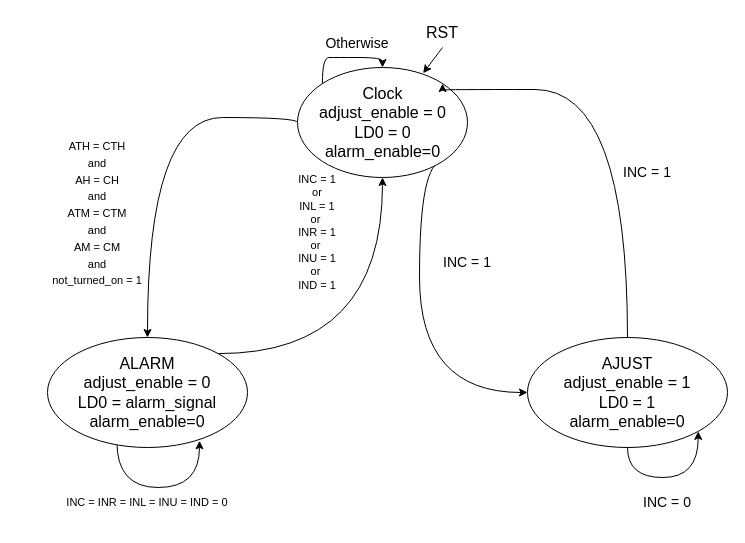
MagdElDinAhmed/DD1-Project2 keeps this draw.io diagram as page "FSM- Main Circuit" (5 of 7) of Block Diagram.drawio. Above is the earlier version. Source tidied: cells renumbered, new cells numbered last; positions are measured from the earlier drawing's top-left corner, leaving out a move shared by most shapes. Both pictures are drawn from the tidied source at 100%, with x=0, y=0 at pixel (17, 17).
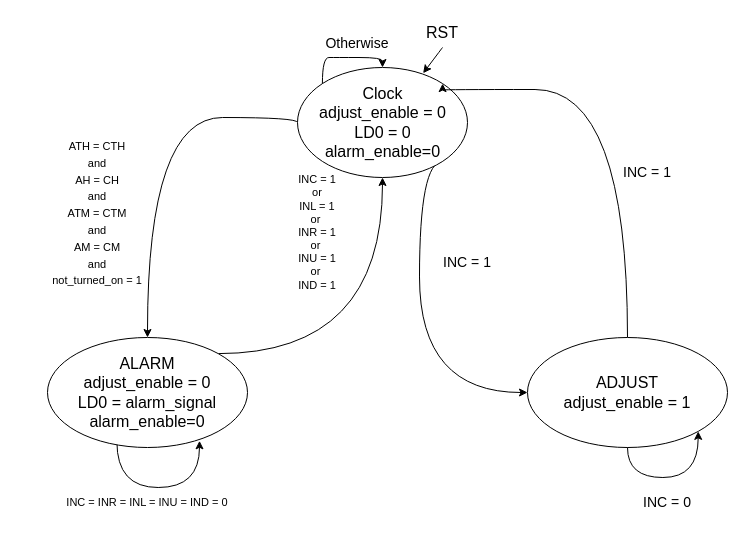
After the change.

Diff of the diagram source:
```diff
@@
-    <mxCell id="12" value="&lt;span style=&quot;font-size: 16px;&quot;&gt;AJUST&lt;br&gt;&lt;/span&gt;&lt;div&gt;&lt;font style=&quot;font-size: 16px;&quot;&gt;adjust_enable = 1&lt;br&gt;&lt;/font&gt;&lt;/div&gt;&lt;div&gt;&lt;font style=&quot;font-size: 16px;&quot;&gt;LD0 = 1&lt;/font&gt;&lt;/div&gt;&lt;font style=&quot;font-size: 16px;&quot;&gt;alarm_enable=0&lt;/font&gt;" style="text;html=1;strokeColor=none;fillColor=none;align=center;verticalAlign=middle;whiteSpace=wrap;rounded=0;" parent="1" vertex="1">
+    <mxCell id="12" value="&lt;span style=&quot;font-size: 16px;&quot;&gt;ADJUST&lt;br&gt;adjust_enable = 1&lt;/span&gt;" style="text;html=1;strokeColor=none;fillColor=none;align=center;verticalAlign=middle;whiteSpace=wrap;rounded=0;" parent="1" vertex="1">
       <mxGeometry x="530" y="360" width="160" height="30" as="geometry" />
     </mxCell>
```
